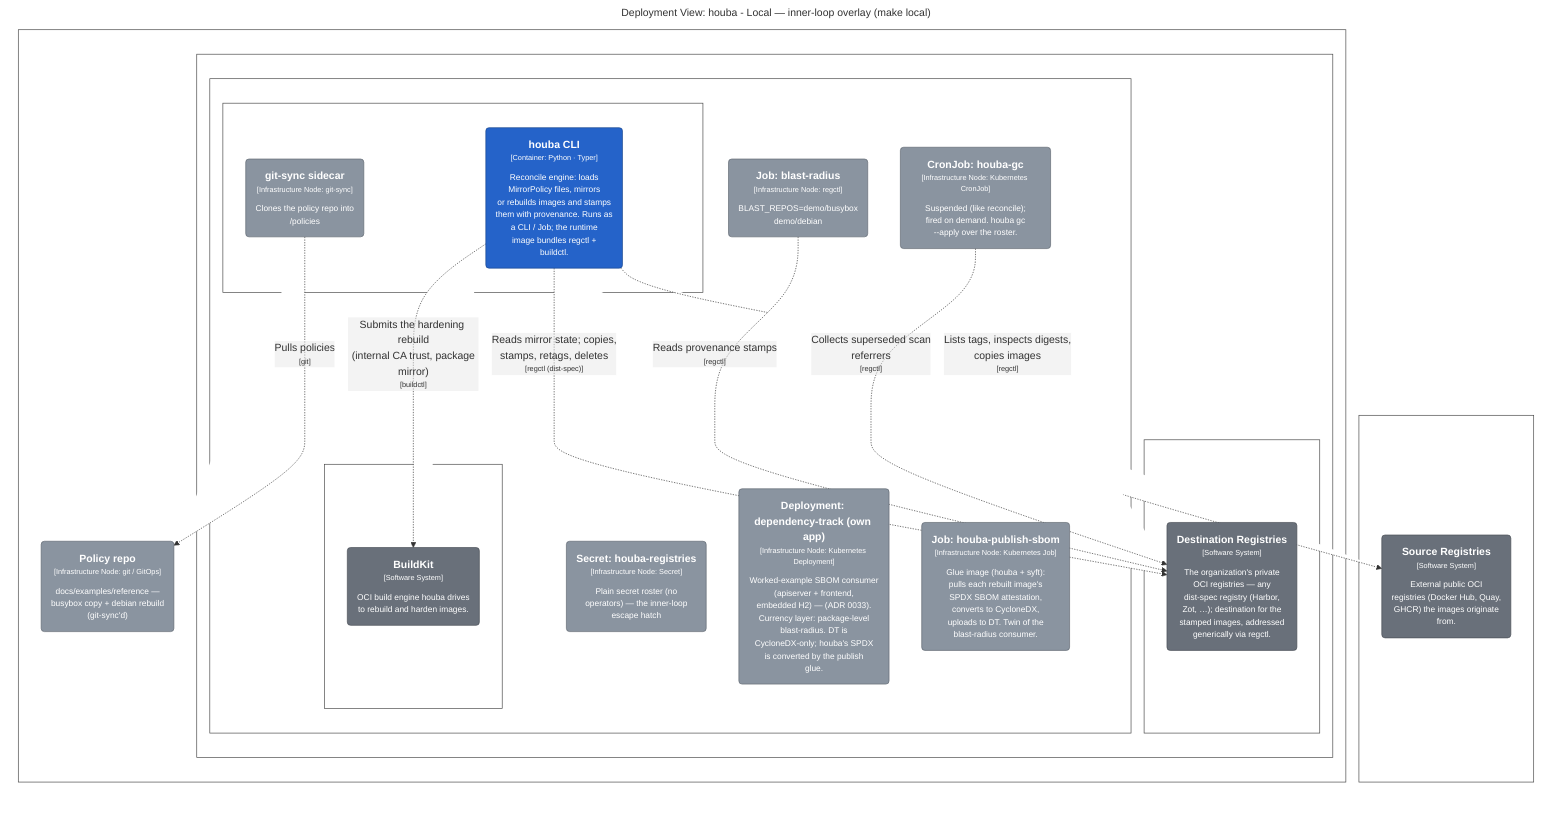
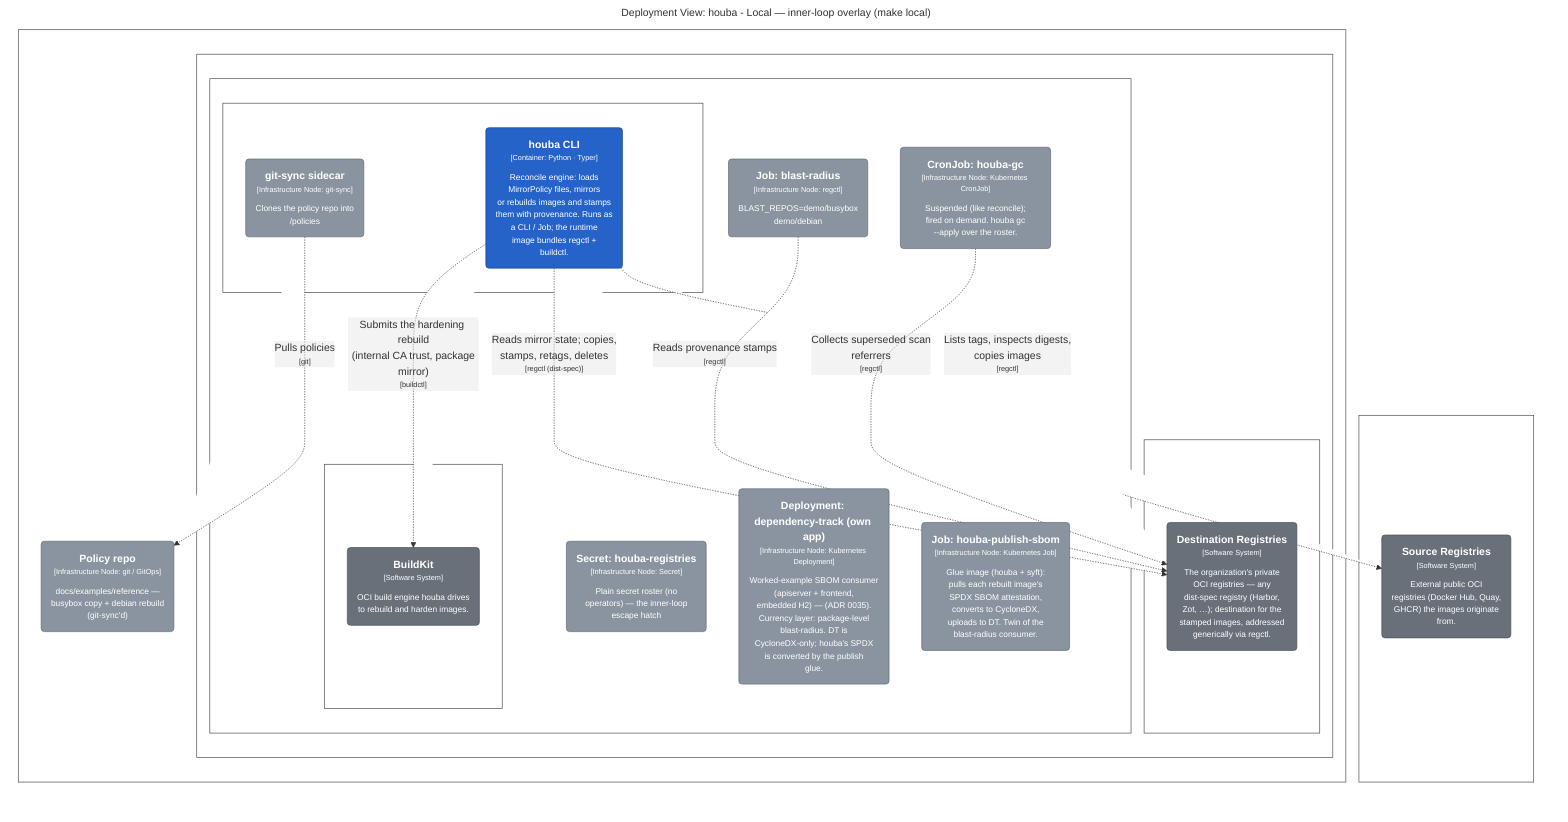
graph LR
  linkStyle default fill:#ffffff

  subgraph diagram ["Deployment View: houba - Local — inner-loop overlay (make local)"]
    style diagram fill:#ffffff,stroke:#ffffff

-     subgraph 199 ["Operator host"]
-       style 199 fill:#ffffff,stroke:#444444,color:#ffffff
+     subgraph 207 ["Operator host"]
+       style 207 fill:#ffffff,stroke:#444444,color:#ffffff

-       200("<div style='font-weight: bold'>Policy repo</div><div style='font-size: 70%; margin-top: 0px'>[Infrastructure Node: git / GitOps]</div><div style='font-size: 80%; margin-top:10px'>docs/examples/reference —<br />busybox copy + debian rebuild<br />(git-sync'd)</div>")
-       style 200 fill:#8a94a0,stroke:#606770,color:#ffffff
-       subgraph 201 ["kind cluster"]
-         style 201 fill:#ffffff,stroke:#444444,color:#ffffff
+       208("<div style='font-weight: bold'>Policy repo</div><div style='font-size: 70%; margin-top: 0px'>[Infrastructure Node: git / GitOps]</div><div style='font-size: 80%; margin-top:10px'>docs/examples/reference —<br />busybox copy + debian rebuild<br />(git-sync'd)</div>")
+       style 208 fill:#8a94a0,stroke:#606770,color:#ffffff
+       subgraph 209 ["kind cluster"]
+         style 209 fill:#ffffff,stroke:#444444,color:#ffffff

-         subgraph 202 ["namespace: houba"]
-           style 202 fill:#ffffff,stroke:#444444,color:#ffffff
+         subgraph 210 ["namespace: houba"]
+           style 210 fill:#ffffff,stroke:#444444,color:#ffffff

-           subgraph 203 ["CronJob: houba-reconcile"]
-             style 203 fill:#ffffff,stroke:#444444,color:#ffffff
+           subgraph 211 ["CronJob: houba-reconcile"]
+             style 211 fill:#ffffff,stroke:#444444,color:#ffffff

-             204("<div style='font-weight: bold'>houba CLI</div><div style='font-size: 70%; margin-top: 0px'>[Container: Python · Typer]</div><div style='font-size: 80%; margin-top:10px'>Reconcile engine: loads<br />MirrorPolicy files, mirrors<br />or rebuilds images and stamps<br />them with provenance. Runs as<br />a CLI / Job; the runtime<br />image bundles regctl +<br />buildctl.</div>")
-             style 204 fill:#2563c9,stroke:#19458c,color:#ffffff
-             205("<div style='font-weight: bold'>git-sync sidecar</div><div style='font-size: 70%; margin-top: 0px'>[Infrastructure Node: git-sync]</div><div style='font-size: 80%; margin-top:10px'>Clones the policy repo into<br />/policies</div>")
-             style 205 fill:#8a94a0,stroke:#606770,color:#ffffff
+             212("<div style='font-weight: bold'>houba CLI</div><div style='font-size: 70%; margin-top: 0px'>[Container: Python · Typer]</div><div style='font-size: 80%; margin-top:10px'>Reconcile engine: loads<br />MirrorPolicy files, mirrors<br />or rebuilds images and stamps<br />them with provenance. Runs as<br />a CLI / Job; the runtime<br />image bundles regctl +<br />buildctl.</div>")
+             style 212 fill:#2563c9,stroke:#19458c,color:#ffffff
+             213("<div style='font-weight: bold'>git-sync sidecar</div><div style='font-size: 70%; margin-top: 0px'>[Infrastructure Node: git-sync]</div><div style='font-size: 80%; margin-top:10px'>Clones the policy repo into<br />/policies</div>")
+             style 213 fill:#8a94a0,stroke:#606770,color:#ffffff
          end

-           subgraph 206 ["Deployment: buildkitd"]
-             style 206 fill:#ffffff,stroke:#444444,color:#ffffff
+           subgraph 214 ["Deployment: buildkitd"]
+             style 214 fill:#ffffff,stroke:#444444,color:#ffffff

-             207("<div style='font-weight: bold'>BuildKit</div><div style='font-size: 70%; margin-top: 0px'>[Software System]</div><div style='font-size: 80%; margin-top:10px'>OCI build engine houba drives<br />to rebuild and harden images.</div>")
-             style 207 fill:#69707a,stroke:#494e55,color:#ffffff
+             215("<div style='font-weight: bold'>BuildKit</div><div style='font-size: 70%; margin-top: 0px'>[Software System]</div><div style='font-size: 80%; margin-top:10px'>OCI build engine houba drives<br />to rebuild and harden images.</div>")
+             style 215 fill:#69707a,stroke:#494e55,color:#ffffff
          end

-           209("<div style='font-weight: bold'>Secret: houba-registries</div><div style='font-size: 70%; margin-top: 0px'>[Infrastructure Node: Secret]</div><div style='font-size: 80%; margin-top:10px'>Plain secret roster (no<br />operators) — the inner-loop<br />escape hatch</div>")
-           style 209 fill:#8a94a0,stroke:#606770,color:#ffffff
-           210("<div style='font-weight: bold'>Job: blast-radius</div><div style='font-size: 70%; margin-top: 0px'>[Infrastructure Node: regctl]</div><div style='font-size: 80%; margin-top:10px'>BLAST_REPOS=demo/busybox<br />demo/debian</div>")
-           style 210 fill:#8a94a0,stroke:#606770,color:#ffffff
-           211("<div style='font-weight: bold'>CronJob: houba-gc</div><div style='font-size: 70%; margin-top: 0px'>[Infrastructure Node: Kubernetes CronJob]</div><div style='font-size: 80%; margin-top:10px'>Suspended (like reconcile);<br />fired on demand. houba gc<br />--apply over the roster.</div>")
-           style 211 fill:#8a94a0,stroke:#606770,color:#ffffff
-           212("<div style='font-weight: bold'>Deployment: dependency-track (own app)</div><div style='font-size: 70%; margin-top: 0px'>[Infrastructure Node: Kubernetes Deployment]</div><div style='font-size: 80%; margin-top:10px'>Worked-example SBOM consumer<br />(apiserver + frontend,<br />embedded H2) — (ADR 0033).<br />Currency layer: package-level<br />blast-radius. DT is<br />CycloneDX-only; houba's SPDX<br />is converted by the publish<br />glue.</div>")
-           style 212 fill:#8a94a0,stroke:#606770,color:#ffffff
-           213("<div style='font-weight: bold'>Job: houba-publish-sbom</div><div style='font-size: 70%; margin-top: 0px'>[Infrastructure Node: Kubernetes Job]</div><div style='font-size: 80%; margin-top:10px'>Glue image (houba + syft):<br />pulls each rebuilt image's<br />SPDX SBOM attestation,<br />converts to CycloneDX,<br />uploads to DT. Twin of the<br />blast-radius consumer.</div>")
-           style 213 fill:#8a94a0,stroke:#606770,color:#ffffff
+           217("<div style='font-weight: bold'>Secret: houba-registries</div><div style='font-size: 70%; margin-top: 0px'>[Infrastructure Node: Secret]</div><div style='font-size: 80%; margin-top:10px'>Plain secret roster (no<br />operators) — the inner-loop<br />escape hatch</div>")
+           style 217 fill:#8a94a0,stroke:#606770,color:#ffffff
+           218("<div style='font-weight: bold'>Job: blast-radius</div><div style='font-size: 70%; margin-top: 0px'>[Infrastructure Node: regctl]</div><div style='font-size: 80%; margin-top:10px'>BLAST_REPOS=demo/busybox<br />demo/debian</div>")
+           style 218 fill:#8a94a0,stroke:#606770,color:#ffffff
+           219("<div style='font-weight: bold'>CronJob: houba-gc</div><div style='font-size: 70%; margin-top: 0px'>[Infrastructure Node: Kubernetes CronJob]</div><div style='font-size: 80%; margin-top:10px'>Suspended (like reconcile);<br />fired on demand. houba gc<br />--apply over the roster.</div>")
+           style 219 fill:#8a94a0,stroke:#606770,color:#ffffff
+           220("<div style='font-weight: bold'>Deployment: dependency-track (own app)</div><div style='font-size: 70%; margin-top: 0px'>[Infrastructure Node: Kubernetes Deployment]</div><div style='font-size: 80%; margin-top:10px'>Worked-example SBOM consumer<br />(apiserver + frontend,<br />embedded H2) — (ADR 0035).<br />Currency layer: package-level<br />blast-radius. DT is<br />CycloneDX-only; houba's SPDX<br />is converted by the publish<br />glue.</div>")
+           style 220 fill:#8a94a0,stroke:#606770,color:#ffffff
+           221("<div style='font-weight: bold'>Job: houba-publish-sbom</div><div style='font-size: 70%; margin-top: 0px'>[Infrastructure Node: Kubernetes Job]</div><div style='font-size: 80%; margin-top:10px'>Glue image (houba + syft):<br />pulls each rebuilt image's<br />SPDX SBOM attestation,<br />converts to CycloneDX,<br />uploads to DT. Twin of the<br />blast-radius consumer.</div>")
+           style 221 fill:#8a94a0,stroke:#606770,color:#ffffff
        end

-         subgraph 214 ["namespace: registry"]
-           style 214 fill:#ffffff,stroke:#444444,color:#ffffff
+         subgraph 222 ["namespace: registry"]
+           style 222 fill:#ffffff,stroke:#444444,color:#ffffff

-           215("<div style='font-weight: bold'>Destination Registries</div><div style='font-size: 70%; margin-top: 0px'>[Software System]</div><div style='font-size: 80%; margin-top:10px'>The organization's private<br />OCI registries — any<br />dist-spec registry (Harbor,<br />Zot, …); destination for the<br />stamped images, addressed<br />generically via regctl.</div>")
-           style 215 fill:#69707a,stroke:#494e55,color:#ffffff
+           223("<div style='font-weight: bold'>Destination Registries</div><div style='font-size: 70%; margin-top: 0px'>[Software System]</div><div style='font-size: 80%; margin-top:10px'>The organization's private<br />OCI registries — any<br />dist-spec registry (Harbor,<br />Zot, …); destination for the<br />stamped images, addressed<br />generically via regctl.</div>")
+           style 223 fill:#69707a,stroke:#494e55,color:#ffffff
        end

      end

    end

-     subgraph 217 ["Internet"]
-       style 217 fill:#ffffff,stroke:#444444,color:#ffffff
+     subgraph 225 ["Internet"]
+       style 225 fill:#ffffff,stroke:#444444,color:#ffffff

-       218("<div style='font-weight: bold'>Source Registries</div><div style='font-size: 70%; margin-top: 0px'>[Software System]</div><div style='font-size: 80%; margin-top:10px'>External public OCI<br />registries (Docker Hub, Quay,<br />GHCR) the images originate<br />from.</div>")
-       style 218 fill:#69707a,stroke:#494e55,color:#ffffff
+       226("<div style='font-weight: bold'>Source Registries</div><div style='font-size: 70%; margin-top: 0px'>[Software System]</div><div style='font-size: 80%; margin-top:10px'>External public OCI<br />registries (Docker Hub, Quay,<br />GHCR) the images originate<br />from.</div>")
+       style 226 fill:#69707a,stroke:#494e55,color:#ffffff
    end

-     204-. "<div>Submits the hardening rebuild<br />(internal CA trust, package<br />mirror)</div><div style='font-size: 70%'>[buildctl]</div>" .->207
-     204-. "<div>Reads mirror state; copies,<br />stamps, retags, deletes</div><div style='font-size: 70%'>[regctl (dist-spec)]</div>" .->215
-     204-. "<div>Lists tags, inspects digests,<br />copies images</div><div style='font-size: 70%'>[regctl]</div>" .->218
-     205-. "<div>Pulls policies</div><div style='font-size: 70%'>[git]</div>" .->200
-     210-. "<div>Reads provenance stamps</div><div style='font-size: 70%'>[regctl]</div>" .->215
-     211-. "<div>Collects superseded scan<br />referrers</div><div style='font-size: 70%'>[regctl]</div>" .->215
+     212-. "<div>Submits the hardening rebuild<br />(internal CA trust, package<br />mirror)</div><div style='font-size: 70%'>[buildctl]</div>" .->215
+     212-. "<div>Reads mirror state; copies,<br />stamps, retags, deletes</div><div style='font-size: 70%'>[regctl (dist-spec)]</div>" .->223
+     212-. "<div>Lists tags, inspects digests,<br />copies images</div><div style='font-size: 70%'>[regctl]</div>" .->226
+     213-. "<div>Pulls policies</div><div style='font-size: 70%'>[git]</div>" .->208
+     218-. "<div>Reads provenance stamps</div><div style='font-size: 70%'>[regctl]</div>" .->223
+     219-. "<div>Collects superseded scan<br />referrers</div><div style='font-size: 70%'>[regctl]</div>" .->223

  end